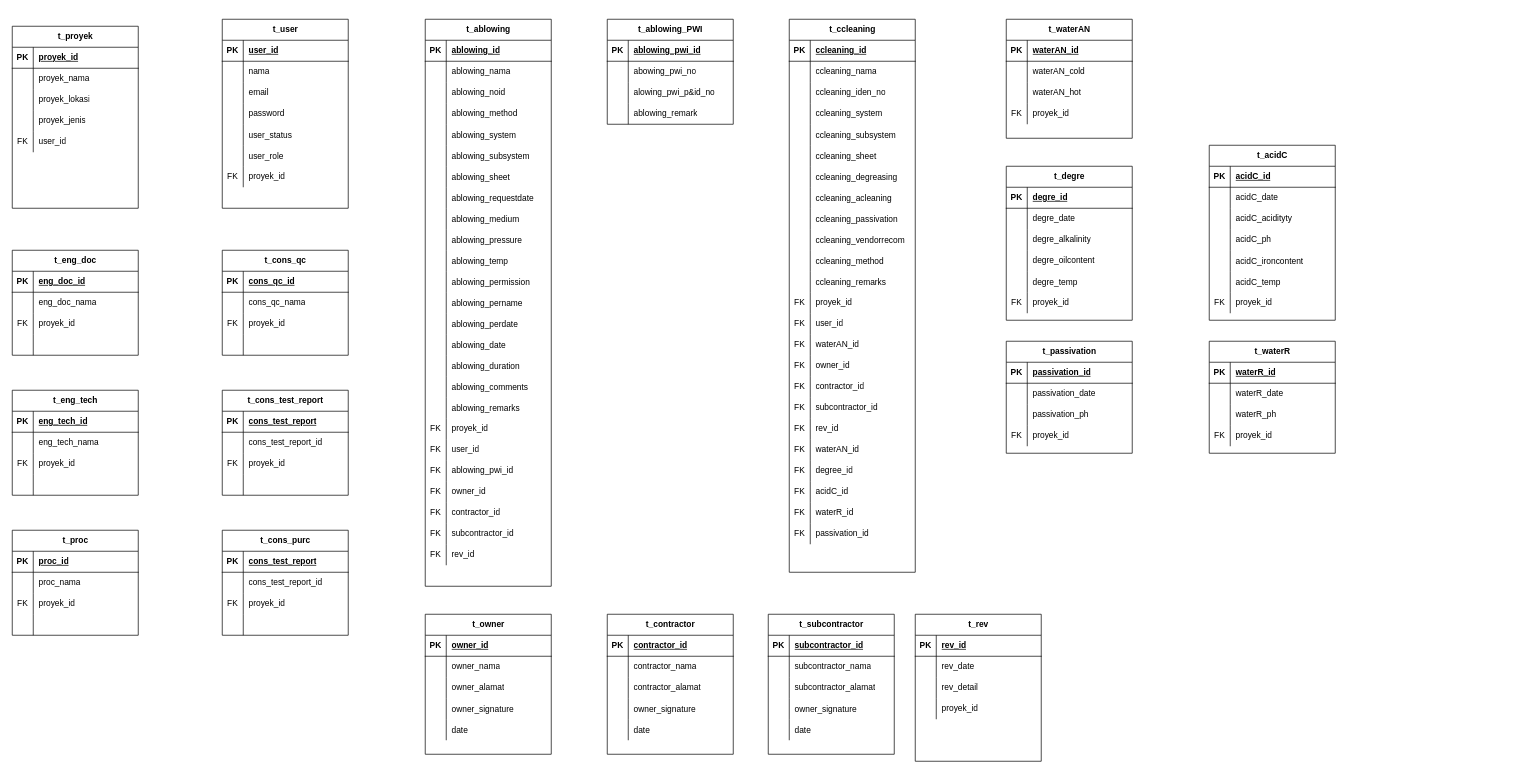
Above: CommissioningWIKA.drawio in ukisatriana/Flow-serv (draw.io), before the change. Source tidied: cells renumbered, new cells numbered last; positions are measured from the earlier drawing's top-left corner, leaving out a move shared by most shapes. Both pictures are drawn from the tidied source at 70%, with x=0, y=0 at pixel (12, 19).
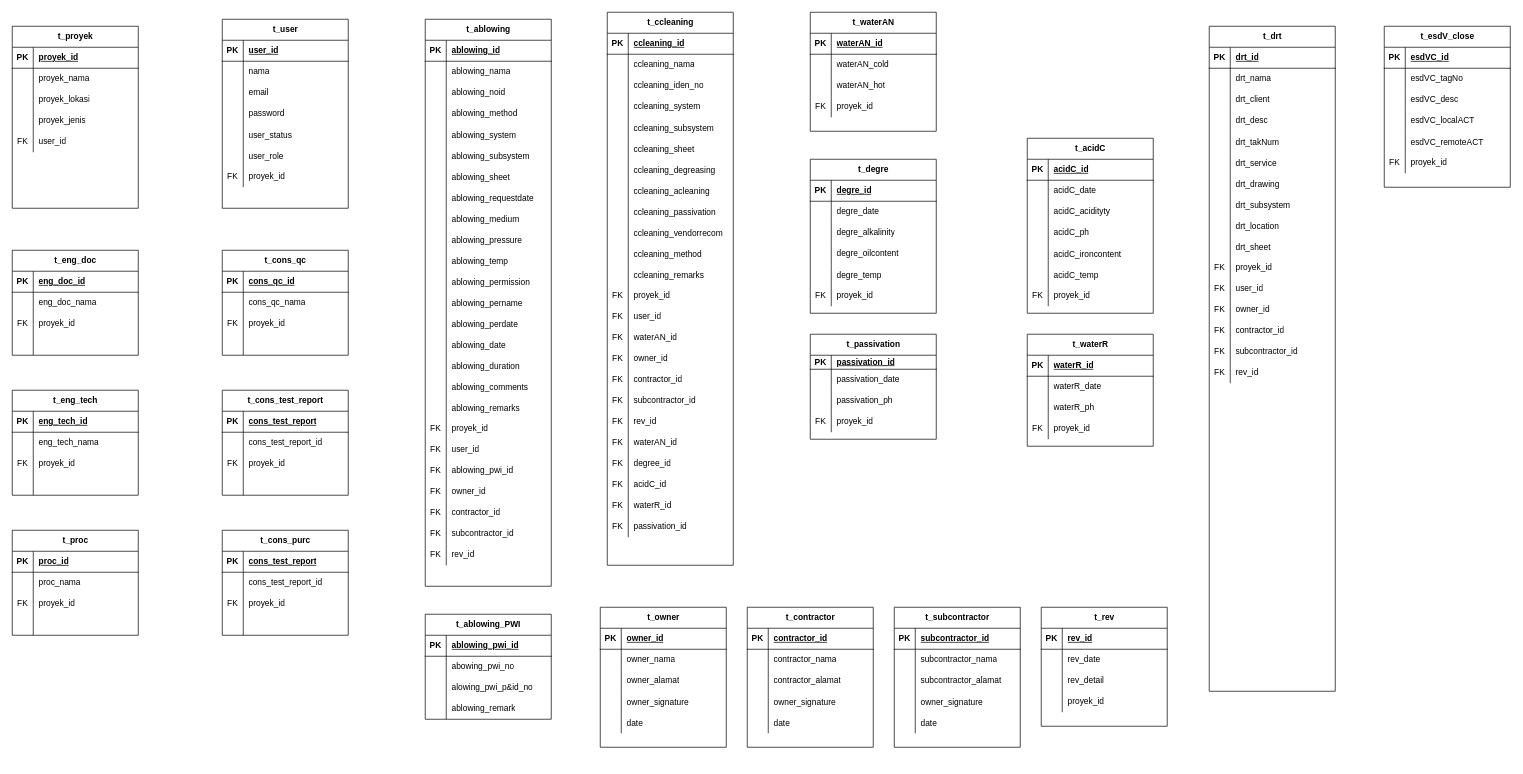
The same page after the edit.

Diff of the diagram source:
```diff
@@
     <mxCell id="194" value="t_ablowing_PWI" style="shape=table;startSize=30;childLayout=tableLayout;rowLines=0;fontStyle=1;align=center;html=1;" parent="1" vertex="1">
-      <mxGeometry x="850" width="180" height="150" as="geometry" />
+      <mxGeometry x="590" y="850" width="180" height="150" as="geometry" />
     </mxCell>
@@
     <mxCell id="207" value="t_owner" style="shape=table;startSize=30;childLayout=tableLayout;rowLines=0;fontStyle=1;align=center;html=1;" parent="1" vertex="1">
-      <mxGeometry x="590" y="850" width="180" height="200" as="geometry" />
+      <mxGeometry x="840" y="840" width="180" height="200" as="geometry" />
     </mxCell>
@@
     <mxCell id="223" value="t_contractor" style="shape=table;startSize=30;childLayout=tableLayout;rowLines=0;fontStyle=1;align=center;html=1;" parent="1" vertex="1">
-      <mxGeometry x="850" y="850" width="180" height="200" as="geometry" />
+      <mxGeometry x="1050" y="840" width="180" height="200" as="geometry" />
     </mxCell>
@@
     <mxCell id="239" value="t_subcontractor" style="shape=table;startSize=30;childLayout=tableLayout;rowLines=0;fontStyle=1;align=center;html=1;" parent="1" vertex="1">
-      <mxGeometry x="1080" y="850" width="180" height="200" as="geometry" />
+      <mxGeometry x="1260" y="840" width="180" height="200" as="geometry" />
     </mxCell>
@@
     <mxCell id="255" value="t_rev" style="shape=table;startSize=30;childLayout=tableLayout;rowLines=0;fontStyle=1;align=center;html=1;" parent="1" vertex="1">
-      <mxGeometry x="1290" y="850" width="180" height="210" as="geometry" />
+      <mxGeometry x="1470" y="840" width="180" height="170" as="geometry" />
     </mxCell>
@@
     <mxCell id="268" value="t_ccleaning" style="shape=table;startSize=30;childLayout=tableLayout;rowLines=0;fontStyle=1;align=center;html=1;" parent="1" vertex="1">
-      <mxGeometry x="1110" width="180" height="790" as="geometry" />
+      <mxGeometry x="850" y="-10" width="180" height="790" as="geometry" />
     </mxCell>
@@
     <mxCell id="341" value="t_waterAN" style="shape=table;startSize=30;childLayout=tableLayout;rowLines=0;fontStyle=1;align=center;html=1;" parent="1" vertex="1">
-      <mxGeometry x="1420" width="180" height="170" as="geometry" />
+      <mxGeometry x="1140" y="-10" width="180" height="170" as="geometry" />
     </mxCell>
@@
     <mxCell id="354" value="t_degre" style="shape=table;startSize=30;childLayout=tableLayout;rowLines=0;fontStyle=1;align=center;html=1;" parent="1" vertex="1">
-      <mxGeometry x="1420" y="210" width="180" height="220" as="geometry" />
+      <mxGeometry x="1140" y="200" width="180" height="220" as="geometry" />
     </mxCell>
@@
     <mxCell id="373" value="t_acidC" style="shape=table;startSize=30;childLayout=tableLayout;rowLines=0;fontStyle=1;align=center;html=1;" parent="1" vertex="1">
-      <mxGeometry x="1710" y="180" width="180" height="250" as="geometry" />
+      <mxGeometry x="1450" y="170" width="180" height="250" as="geometry" />
     </mxCell>
@@
     <mxCell id="395" value="t_passivation" style="shape=table;startSize=30;childLayout=tableLayout;rowLines=0;fontStyle=1;align=center;html=1;" parent="1" vertex="1">
-      <mxGeometry x="1420" y="460" width="180" height="160" as="geometry" />
+      <mxGeometry x="1140" y="450" width="180" height="150" as="geometry" />
     </mxCell>
     <mxCell id="396" style="shape=tableRow;horizontal=0;startSize=0;swimlaneHead=0;swimlaneBody=0;fillColor=none;top=0;left=0;right=0;bottom=1;" parent="395" vertex="1">
-      <mxGeometry y="30" width="180" height="30" as="geometry" />
+      <mxGeometry y="30" width="180" height="20" as="geometry" />
     </mxCell>
     <mxCell id="397" value="PK" style="shape=partialRectangle;fillColor=none;top=0;left=0;bottom=0;right=0;fontStyle=1;overflow=hidden;whiteSpace=wrap;html=1;" parent="396" vertex="1">
-      <mxGeometry width="30" height="30" as="geometry" />
+      <mxGeometry width="30" height="20" as="geometry" />
     </mxCell>
     <mxCell id="398" value="passivation_id" style="shape=partialRectangle;fillColor=none;top=0;left=0;bottom=0;right=0;align=left;spacingLeft=6;fontStyle=5;overflow=hidden;whiteSpace=wrap;html=1;" parent="396" vertex="1">
-      <mxGeometry x="30" width="150" height="30" as="geometry" />
+      <mxGeometry x="30" width="150" height="20" as="geometry" />
     </mxCell>
     <mxCell id="399" style="shape=tableRow;horizontal=0;startSize=0;swimlaneHead=0;swimlaneBody=0;fillColor=none;top=0;left=0;right=0;bottom=0;" parent="395" vertex="1">
-      <mxGeometry y="60" width="180" height="30" as="geometry" />
+      <mxGeometry y="50" width="180" height="30" as="geometry" />
     </mxCell>
@@
     <mxCell id="402" style="shape=tableRow;horizontal=0;startSize=0;swimlaneHead=0;swimlaneBody=0;fillColor=none;top=0;left=0;right=0;bottom=0;" parent="395" vertex="1">
-      <mxGeometry y="90" width="180" height="30" as="geometry" />
+      <mxGeometry y="80" width="180" height="30" as="geometry" />
     </mxCell>
@@
     <mxCell id="405" style="shape=tableRow;horizontal=0;startSize=0;swimlaneHead=0;swimlaneBody=0;fillColor=none;top=0;left=0;right=0;bottom=0;" parent="395" vertex="1">
-      <mxGeometry y="120" width="180" height="30" as="geometry" />
+      <mxGeometry y="110" width="180" height="30" as="geometry" />
     </mxCell>
@@
     <mxCell id="408" value="t_waterR" style="shape=table;startSize=30;childLayout=tableLayout;rowLines=0;fontStyle=1;align=center;html=1;" parent="1" vertex="1">
-      <mxGeometry x="1710" y="460" width="180" height="160" as="geometry" />
+      <mxGeometry x="1450" y="450" width="180" height="160" as="geometry" />
     </mxCell>
@@
+    <mxCell id="421" value="t_drt" style="shape=table;startSize=30;childLayout=tableLayout;rowLines=0;fontStyle=1;align=center;html=1;" parent="1" vertex="1">
+      <mxGeometry x="1710" y="10" width="180" height="950" as="geometry" />
+    </mxCell>
+    <mxCell id="422" style="shape=tableRow;horizontal=0;startSize=0;swimlaneHead=0;swimlaneBody=0;fillColor=none;top=0;left=0;right=0;bottom=1;" parent="421" vertex="1">
+      <mxGeometry y="30" width="180" height="30" as="geometry" />
+    </mxCell>
+    <mxCell id="423" value="PK" style="shape=partialRectangle;fillColor=none;top=0;left=0;bottom=0;right=0;fontStyle=1;overflow=hidden;whiteSpace=wrap;html=1;" parent="422" vertex="1">
+      <mxGeometry width="30" height="30" as="geometry" />
+    </mxCell>
+    <mxCell id="424" value="drt_id" style="shape=partialRectangle;fillColor=none;top=0;left=0;bottom=0;right=0;align=left;spacingLeft=6;fontStyle=5;overflow=hidden;whiteSpace=wrap;html=1;" parent="422" vertex="1">
+      <mxGeometry x="30" width="150" height="30" as="geometry" />
+    </mxCell>
+    <mxCell id="425" style="shape=tableRow;horizontal=0;startSize=0;swimlaneHead=0;swimlaneBody=0;fillColor=none;top=0;left=0;right=0;bottom=0;" parent="421" vertex="1">
+      <mxGeometry y="60" width="180" height="30" as="geometry" />
+    </mxCell>
+    <mxCell id="426" style="shape=partialRectangle;fillColor=none;top=0;left=0;bottom=0;right=0;overflow=hidden;whiteSpace=wrap;html=1;" parent="425" vertex="1">
+      <mxGeometry width="30" height="30" as="geometry" />
+    </mxCell>
+    <mxCell id="427" value="drt_nama" style="shape=partialRectangle;fillColor=none;top=0;left=0;bottom=0;right=0;align=left;spacingLeft=6;overflow=hidden;whiteSpace=wrap;html=1;" parent="425" vertex="1">
+      <mxGeometry x="30" width="150" height="30" as="geometry" />
+    </mxCell>
+    <mxCell id="428" style="shape=tableRow;horizontal=0;startSize=0;swimlaneHead=0;swimlaneBody=0;fillColor=none;top=0;left=0;right=0;bottom=0;" parent="421" vertex="1">
+      <mxGeometry y="90" width="180" height="30" as="geometry" />
+    </mxCell>
+    <mxCell id="429" style="shape=partialRectangle;fillColor=none;top=0;left=0;bottom=0;right=0;overflow=hidden;whiteSpace=wrap;html=1;" parent="428" vertex="1">
+      <mxGeometry width="30" height="30" as="geometry" />
+    </mxCell>
+    <mxCell id="430" value="drt_client" style="shape=partialRectangle;fillColor=none;top=0;left=0;bottom=0;right=0;align=left;spacingLeft=6;overflow=hidden;whiteSpace=wrap;html=1;" parent="428" vertex="1">
+      <mxGeometry x="30" width="150" height="30" as="geometry" />
+    </mxCell>
+    <mxCell id="431" style="shape=tableRow;horizontal=0;startSize=0;swimlaneHead=0;swimlaneBody=0;fillColor=none;top=0;left=0;right=0;bottom=0;" parent="421" vertex="1">
+      <mxGeometry y="120" width="180" height="30" as="geometry" />
+    </mxCell>
+    <mxCell id="432" style="shape=partialRectangle;fillColor=none;top=0;left=0;bottom=0;right=0;overflow=hidden;whiteSpace=wrap;html=1;" parent="431" vertex="1">
+      <mxGeometry width="30" height="30" as="geometry" />
+    </mxCell>
+    <mxCell id="433" value="drt_desc" style="shape=partialRectangle;fillColor=none;top=0;left=0;bottom=0;right=0;align=left;spacingLeft=6;overflow=hidden;whiteSpace=wrap;html=1;" parent="431" vertex="1">
+      <mxGeometry x="30" width="150" height="30" as="geometry" />
+    </mxCell>
+    <mxCell id="434" style="shape=tableRow;horizontal=0;startSize=0;swimlaneHead=0;swimlaneBody=0;fillColor=none;top=0;left=0;right=0;bottom=0;" parent="421" vertex="1">
+      <mxGeometry y="150" width="180" height="30" as="geometry" />
+    </mxCell>
+    <mxCell id="435" style="shape=partialRectangle;fillColor=none;top=0;left=0;bottom=0;right=0;overflow=hidden;" parent="434" vertex="1">
+      <mxGeometry width="30" height="30" as="geometry" />
+    </mxCell>
+    <mxCell id="436" value="drt_takNum" style="shape=partialRectangle;fillColor=none;top=0;left=0;bottom=0;right=0;align=left;spacingLeft=6;overflow=hidden;" parent="434" vertex="1">
+      <mxGeometry x="30" width="150" height="30" as="geometry" />
+    </mxCell>
+    <mxCell id="437" style="shape=tableRow;horizontal=0;startSize=0;swimlaneHead=0;swimlaneBody=0;fillColor=none;top=0;left=0;right=0;bottom=0;" parent="421" vertex="1">
+      <mxGeometry y="180" width="180" height="30" as="geometry" />
+    </mxCell>
+    <mxCell id="438" style="shape=partialRectangle;fillColor=none;top=0;left=0;bottom=0;right=0;overflow=hidden;" parent="437" vertex="1">
+      <mxGeometry width="30" height="30" as="geometry" />
+    </mxCell>
+    <mxCell id="439" value="drt_service" style="shape=partialRectangle;fillColor=none;top=0;left=0;bottom=0;right=0;align=left;spacingLeft=6;overflow=hidden;" parent="437" vertex="1">
+      <mxGeometry x="30" width="150" height="30" as="geometry" />
+    </mxCell>
+    <mxCell id="440" style="shape=tableRow;horizontal=0;startSize=0;swimlaneHead=0;swimlaneBody=0;fillColor=none;top=0;left=0;right=0;bottom=0;" parent="421" vertex="1">
+      <mxGeometry y="210" width="180" height="30" as="geometry" />
+    </mxCell>
+    <mxCell id="441" style="shape=partialRectangle;fillColor=none;top=0;left=0;bottom=0;right=0;overflow=hidden;" parent="440" vertex="1">
+      <mxGeometry width="30" height="30" as="geometry" />
+    </mxCell>
+    <mxCell id="442" value="drt_drawing" style="shape=partialRectangle;fillColor=none;top=0;left=0;bottom=0;right=0;align=left;spacingLeft=6;overflow=hidden;" parent="440" vertex="1">
+      <mxGeometry x="30" width="150" height="30" as="geometry" />
+    </mxCell>
+    <mxCell id="443" style="shape=tableRow;horizontal=0;startSize=0;swimlaneHead=0;swimlaneBody=0;fillColor=none;top=0;left=0;right=0;bottom=0;" parent="421" vertex="1">
+      <mxGeometry y="240" width="180" height="30" as="geometry" />
+    </mxCell>
+    <mxCell id="444" style="shape=partialRectangle;fillColor=none;top=0;left=0;bottom=0;right=0;overflow=hidden;" parent="443" vertex="1">
+      <mxGeometry width="30" height="30" as="geometry" />
+    </mxCell>
+    <mxCell id="445" value="drt_subsystem" style="shape=partialRectangle;fillColor=none;top=0;left=0;bottom=0;right=0;align=left;spacingLeft=6;overflow=hidden;" parent="443" vertex="1">
+      <mxGeometry x="30" width="150" height="30" as="geometry" />
+    </mxCell>
+    <mxCell id="446" style="shape=tableRow;horizontal=0;startSize=0;swimlaneHead=0;swimlaneBody=0;fillColor=none;top=0;left=0;right=0;bottom=0;" parent="421" vertex="1">
+      <mxGeometry y="270" width="180" height="30" as="geometry" />
+    </mxCell>
+    <mxCell id="447" style="shape=partialRectangle;fillColor=none;top=0;left=0;bottom=0;right=0;overflow=hidden;" parent="446" vertex="1">
+      <mxGeometry width="30" height="30" as="geometry" />
+    </mxCell>
+    <mxCell id="448" value="drt_location" style="shape=partialRectangle;fillColor=none;top=0;left=0;bottom=0;right=0;align=left;spacingLeft=6;overflow=hidden;" parent="446" vertex="1">
+      <mxGeometry x="30" width="150" height="30" as="geometry" />
+    </mxCell>
+    <mxCell id="449" style="shape=tableRow;horizontal=0;startSize=0;swimlaneHead=0;swimlaneBody=0;fillColor=none;top=0;left=0;right=0;bottom=0;" parent="421" vertex="1">
+      <mxGeometry y="300" width="180" height="30" as="geometry" />
+    </mxCell>
+    <mxCell id="450" style="shape=partialRectangle;fillColor=none;top=0;left=0;bottom=0;right=0;overflow=hidden;" parent="449" vertex="1">
+      <mxGeometry width="30" height="30" as="geometry" />
+    </mxCell>
+    <mxCell id="451" value="drt_sheet" style="shape=partialRectangle;fillColor=none;top=0;left=0;bottom=0;right=0;align=left;spacingLeft=6;overflow=hidden;" parent="449" vertex="1">
+      <mxGeometry x="30" width="150" height="30" as="geometry" />
+    </mxCell>
+    <mxCell id="452" style="shape=tableRow;horizontal=0;startSize=0;swimlaneHead=0;swimlaneBody=0;fillColor=none;top=0;left=0;right=0;bottom=0;" parent="421" vertex="1">
+      <mxGeometry y="330" width="180" height="30" as="geometry" />
+    </mxCell>
+    <mxCell id="453" value="FK" style="shape=partialRectangle;fillColor=none;top=0;left=0;bottom=0;right=0;fontStyle=0;overflow=hidden;whiteSpace=wrap;html=1;" parent="452" vertex="1">
+      <mxGeometry width="30" height="30" as="geometry" />
+    </mxCell>
+    <mxCell id="454" value="proyek_id" style="shape=partialRectangle;fillColor=none;top=0;left=0;bottom=0;right=0;align=left;spacingLeft=6;fontStyle=0;overflow=hidden;whiteSpace=wrap;html=1;" parent="452" vertex="1">
+      <mxGeometry x="30" width="150" height="30" as="geometry" />
+    </mxCell>
+    <mxCell id="455" style="shape=tableRow;horizontal=0;startSize=0;swimlaneHead=0;swimlaneBody=0;fillColor=none;top=0;left=0;right=0;bottom=0;" parent="421" vertex="1">
+      <mxGeometry y="360" width="180" height="30" as="geometry" />
+    </mxCell>
+    <mxCell id="456" value="FK" style="shape=partialRectangle;fillColor=none;top=0;left=0;bottom=0;right=0;fontStyle=0;overflow=hidden;whiteSpace=wrap;html=1;" parent="455" vertex="1">
+      <mxGeometry width="30" height="30" as="geometry" />
+    </mxCell>
+    <mxCell id="457" value="user_id" style="shape=partialRectangle;fillColor=none;top=0;left=0;bottom=0;right=0;align=left;spacingLeft=6;fontStyle=0;overflow=hidden;whiteSpace=wrap;html=1;" parent="455" vertex="1">
+      <mxGeometry x="30" width="150" height="30" as="geometry" />
+    </mxCell>
+    <mxCell id="458" style="shape=tableRow;horizontal=0;startSize=0;swimlaneHead=0;swimlaneBody=0;fillColor=none;top=0;left=0;right=0;bottom=0;" parent="421" vertex="1">
+      <mxGeometry y="390" width="180" height="30" as="geometry" />
+    </mxCell>
+    <mxCell id="459" value="FK" style="shape=partialRectangle;fillColor=none;top=0;left=0;bottom=0;right=0;fontStyle=0;overflow=hidden;whiteSpace=wrap;html=1;" parent="458" vertex="1">
+      <mxGeometry width="30" height="30" as="geometry" />
+    </mxCell>
+    <mxCell id="460" value="owner_id" style="shape=partialRectangle;fillColor=none;top=0;left=0;bottom=0;right=0;align=left;spacingLeft=6;fontStyle=0;overflow=hidden;whiteSpace=wrap;html=1;" parent="458" vertex="1">
+      <mxGeometry x="30" width="150" height="30" as="geometry" />
+    </mxCell>
+    <mxCell id="461" style="shape=tableRow;horizontal=0;startSize=0;swimlaneHead=0;swimlaneBody=0;fillColor=none;top=0;left=0;right=0;bottom=0;" parent="421" vertex="1">
+      <mxGeometry y="420" width="180" height="30" as="geometry" />
+    </mxCell>
+    <mxCell id="462" value="FK" style="shape=partialRectangle;fillColor=none;top=0;left=0;bottom=0;right=0;fontStyle=0;overflow=hidden;whiteSpace=wrap;html=1;" parent="461" vertex="1">
+      <mxGeometry width="30" height="30" as="geometry" />
+    </mxCell>
+    <mxCell id="463" value="contractor_id" style="shape=partialRectangle;fillColor=none;top=0;left=0;bottom=0;right=0;align=left;spacingLeft=6;fontStyle=0;overflow=hidden;whiteSpace=wrap;html=1;" parent="461" vertex="1">
+      <mxGeometry x="30" width="150" height="30" as="geometry" />
+    </mxCell>
+    <mxCell id="464" style="shape=tableRow;horizontal=0;startSize=0;swimlaneHead=0;swimlaneBody=0;fillColor=none;top=0;left=0;right=0;bottom=0;" parent="421" vertex="1">
+      <mxGeometry y="450" width="180" height="30" as="geometry" />
+    </mxCell>
+    <mxCell id="465" value="FK" style="shape=partialRectangle;fillColor=none;top=0;left=0;bottom=0;right=0;fontStyle=0;overflow=hidden;whiteSpace=wrap;html=1;" parent="464" vertex="1">
+      <mxGeometry width="30" height="30" as="geometry" />
+    </mxCell>
+    <mxCell id="466" value="subcontractor_id" style="shape=partialRectangle;fillColor=none;top=0;left=0;bottom=0;right=0;align=left;spacingLeft=6;fontStyle=0;overflow=hidden;whiteSpace=wrap;html=1;" parent="464" vertex="1">
+      <mxGeometry x="30" width="150" height="30" as="geometry" />
+    </mxCell>
+    <mxCell id="467" style="shape=tableRow;horizontal=0;startSize=0;swimlaneHead=0;swimlaneBody=0;fillColor=none;top=0;left=0;right=0;bottom=0;" parent="421" vertex="1">
+      <mxGeometry y="480" width="180" height="30" as="geometry" />
+    </mxCell>
+    <mxCell id="468" value="FK" style="shape=partialRectangle;fillColor=none;top=0;left=0;bottom=0;right=0;fontStyle=0;overflow=hidden;whiteSpace=wrap;html=1;" parent="467" vertex="1">
+      <mxGeometry width="30" height="30" as="geometry" />
+    </mxCell>
+    <mxCell id="469" value="rev_id" style="shape=partialRectangle;fillColor=none;top=0;left=0;bottom=0;right=0;align=left;spacingLeft=6;fontStyle=0;overflow=hidden;whiteSpace=wrap;html=1;" parent="467" vertex="1">
+      <mxGeometry x="30" width="150" height="30" as="geometry" />
+    </mxCell>
+    <mxCell id="470" value="t_esdV_close" style="shape=table;startSize=30;childLayout=tableLayout;rowLines=0;fontStyle=1;align=center;html=1;" parent="1" vertex="1">
+      <mxGeometry x="1960" y="10" width="180" height="230" as="geometry" />
+    </mxCell>
+    <mxCell id="471" style="shape=tableRow;horizontal=0;startSize=0;swimlaneHead=0;swimlaneBody=0;fillColor=none;top=0;left=0;right=0;bottom=1;" parent="470" vertex="1">
+      <mxGeometry y="30" width="180" height="30" as="geometry" />
+    </mxCell>
+    <mxCell id="472" value="PK" style="shape=partialRectangle;fillColor=none;top=0;left=0;bottom=0;right=0;fontStyle=1;overflow=hidden;whiteSpace=wrap;html=1;" parent="471" vertex="1">
+      <mxGeometry width="30" height="30" as="geometry" />
+    </mxCell>
+    <mxCell id="473" value="esdVC_id" style="shape=partialRectangle;fillColor=none;top=0;left=0;bottom=0;right=0;align=left;spacingLeft=6;fontStyle=5;overflow=hidden;whiteSpace=wrap;html=1;" parent="471" vertex="1">
+      <mxGeometry x="30" width="150" height="30" as="geometry" />
+    </mxCell>
+    <mxCell id="474" style="shape=tableRow;horizontal=0;startSize=0;swimlaneHead=0;swimlaneBody=0;fillColor=none;top=0;left=0;right=0;bottom=0;" parent="470" vertex="1">
+      <mxGeometry y="60" width="180" height="30" as="geometry" />
+    </mxCell>
+    <mxCell id="475" style="shape=partialRectangle;fillColor=none;top=0;left=0;bottom=0;right=0;overflow=hidden;whiteSpace=wrap;html=1;" parent="474" vertex="1">
+      <mxGeometry width="30" height="30" as="geometry" />
+    </mxCell>
+    <mxCell id="476" value="esdVC_tagNo" style="shape=partialRectangle;fillColor=none;top=0;left=0;bottom=0;right=0;align=left;spacingLeft=6;overflow=hidden;whiteSpace=wrap;html=1;" parent="474" vertex="1">
+      <mxGeometry x="30" width="150" height="30" as="geometry" />
+    </mxCell>
+    <mxCell id="477" style="shape=tableRow;horizontal=0;startSize=0;swimlaneHead=0;swimlaneBody=0;fillColor=none;top=0;left=0;right=0;bottom=0;" parent="470" vertex="1">
+      <mxGeometry y="90" width="180" height="30" as="geometry" />
+    </mxCell>
+    <mxCell id="478" style="shape=partialRectangle;fillColor=none;top=0;left=0;bottom=0;right=0;overflow=hidden;whiteSpace=wrap;html=1;" parent="477" vertex="1">
+      <mxGeometry width="30" height="30" as="geometry" />
+    </mxCell>
+    <mxCell id="479" value="esdVC_desc" style="shape=partialRectangle;fillColor=none;top=0;left=0;bottom=0;right=0;align=left;spacingLeft=6;overflow=hidden;whiteSpace=wrap;html=1;" parent="477" vertex="1">
+      <mxGeometry x="30" width="150" height="30" as="geometry" />
+    </mxCell>
+    <mxCell id="480" style="shape=tableRow;horizontal=0;startSize=0;swimlaneHead=0;swimlaneBody=0;fillColor=none;top=0;left=0;right=0;bottom=0;" parent="470" vertex="1">
+      <mxGeometry y="120" width="180" height="30" as="geometry" />
+    </mxCell>
+    <mxCell id="481" style="shape=partialRectangle;fillColor=none;top=0;left=0;bottom=0;right=0;overflow=hidden;whiteSpace=wrap;html=1;" parent="480" vertex="1">
+      <mxGeometry width="30" height="30" as="geometry" />
+    </mxCell>
+    <mxCell id="482" value="esdVC_localACT" style="shape=partialRectangle;fillColor=none;top=0;left=0;bottom=0;right=0;align=left;spacingLeft=6;overflow=hidden;whiteSpace=wrap;html=1;" parent="480" vertex="1">
+      <mxGeometry x="30" width="150" height="30" as="geometry" />
+    </mxCell>
+    <mxCell id="483" style="shape=tableRow;horizontal=0;startSize=0;swimlaneHead=0;swimlaneBody=0;fillColor=none;top=0;left=0;right=0;bottom=0;" parent="470" vertex="1">
+      <mxGeometry y="150" width="180" height="30" as="geometry" />
+    </mxCell>
+    <mxCell id="484" style="shape=partialRectangle;fillColor=none;top=0;left=0;bottom=0;right=0;overflow=hidden;" parent="483" vertex="1">
+      <mxGeometry width="30" height="30" as="geometry" />
+    </mxCell>
+    <mxCell id="485" value="esdVC_remoteACT" style="shape=partialRectangle;fillColor=none;top=0;left=0;bottom=0;right=0;align=left;spacingLeft=6;overflow=hidden;" parent="483" vertex="1">
+      <mxGeometry x="30" width="150" height="30" as="geometry" />
+    </mxCell>
+    <mxCell id="486" style="shape=tableRow;horizontal=0;startSize=0;swimlaneHead=0;swimlaneBody=0;fillColor=none;top=0;left=0;right=0;bottom=0;" parent="470" vertex="1">
+      <mxGeometry y="180" width="180" height="30" as="geometry" />
+    </mxCell>
+    <mxCell id="487" value="FK" style="shape=partialRectangle;fillColor=none;top=0;left=0;bottom=0;right=0;fontStyle=0;overflow=hidden;whiteSpace=wrap;html=1;" parent="486" vertex="1">
+      <mxGeometry width="30" height="30" as="geometry" />
+    </mxCell>
+    <mxCell id="488" value="proyek_id" style="shape=partialRectangle;fillColor=none;top=0;left=0;bottom=0;right=0;align=left;spacingLeft=6;fontStyle=0;overflow=hidden;whiteSpace=wrap;html=1;" parent="486" vertex="1">
+      <mxGeometry x="30" width="150" height="30" as="geometry" />
+    </mxCell>
```
